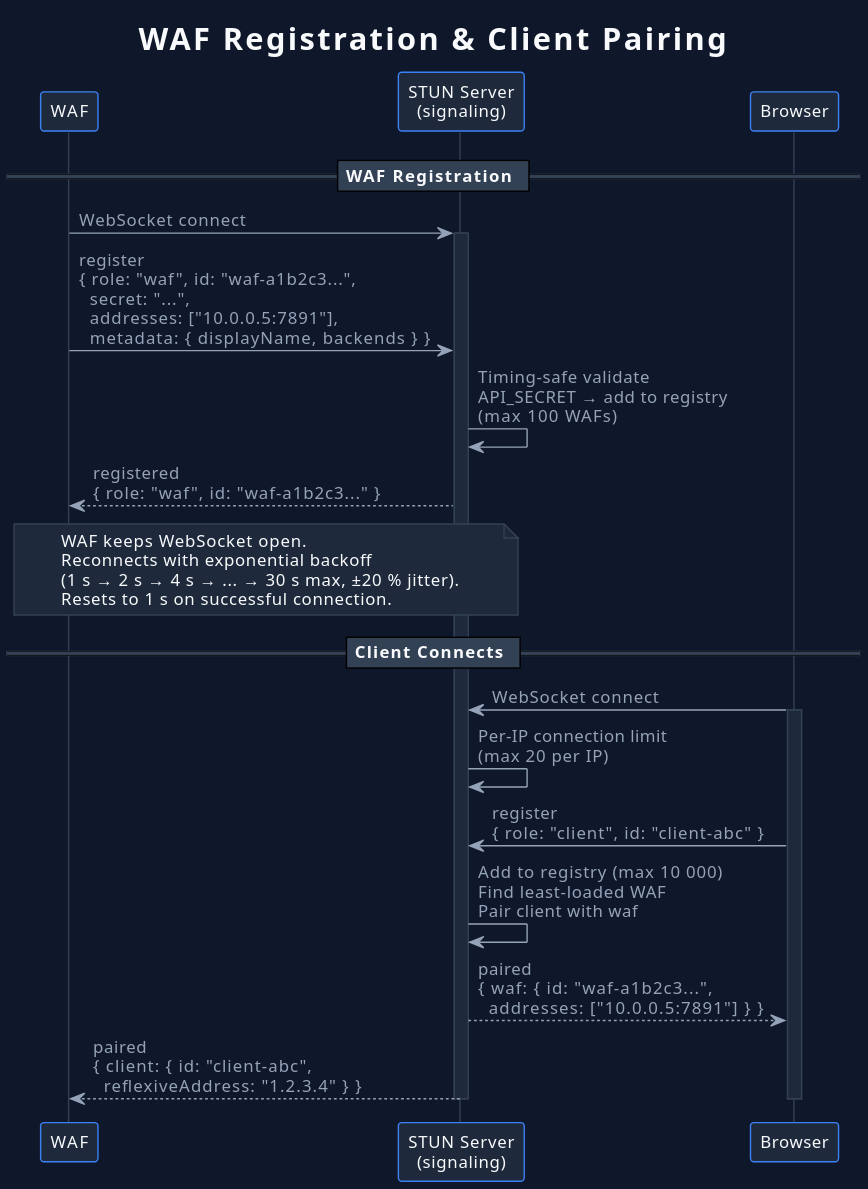
Above: bridges/punchd-bridge/docs/diagrams/gateway-registration.svg in tide-foundation/keylessh-m2 (PlantUML), before the change. The source it was exported from:
```plantuml
@startuml
!theme plain
title WAF Registration & Client Pairing

skinparam {
  backgroundColor #0f172a
  defaultFontColor #f8fafc
  defaultFontName "Segoe UI"
  defaultFontSize 12
  SequenceLifeLineBorderColor #334155
  SequenceLifeLineBackgroundColor #1e293b
  ParticipantBackgroundColor #1e293b
  ParticipantBorderColor #3b82f6
  ParticipantFontColor #f8fafc
  ArrowColor #94a3b8
  ArrowFontColor #94a3b8
  NoteBackgroundColor #1e293b
  NoteBorderColor #334155
  NoteFontColor #f8fafc
  SequenceGroupBackgroundColor #1e293b
  SequenceGroupBorderColor #334155
  SequenceGroupFontColor #f8fafc
  SequenceDividerBackgroundColor #334155
  SequenceDividerFontColor #f8fafc
}

participant "WAF" as waf #1e293b
participant "STUN Server\n(signaling)" as stun #1e293b
participant "Browser" as browser #1e293b

== WAF Registration ==

waf -> stun : WebSocket connect
activate stun

waf -> stun : register\n{ role: "waf", id: "waf-a1b2c3...",\n  secret: "...",\n  addresses: ["10.0.0.5:7891"],\n  metadata: { displayName, backends } }

stun -> stun : Timing-safe validate\nAPI_SECRET → add to registry\n(max 100 WAFs)

stun --> waf : registered\n{ role: "waf", id: "waf-a1b2c3..." }

note over waf, stun
  WAF keeps WebSocket open.
  Reconnects with exponential backoff
  (1 s → 2 s → 4 s → ... → 30 s max, ±20 % jitter).
  Resets to 1 s on successful connection.
end note

== Client Connects ==

browser -> stun : WebSocket connect
activate browser

stun -> stun : Per-IP connection limit\n(max 20 per IP)

browser -> stun : register\n{ role: "client", id: "client-abc" }

stun -> stun : Add to registry (max 10 000)\nFind least-loaded WAF\nPair client with waf

stun --> browser : paired\n{ waf: { id: "waf-a1b2c3...",\n  addresses: ["10.0.0.5:7891"] } }

stun --> waf : paired\n{ client: { id: "client-abc",\n  reflexiveAddress: "1.2.3.4" } }

deactivate stun
deactivate browser
@enduml
```
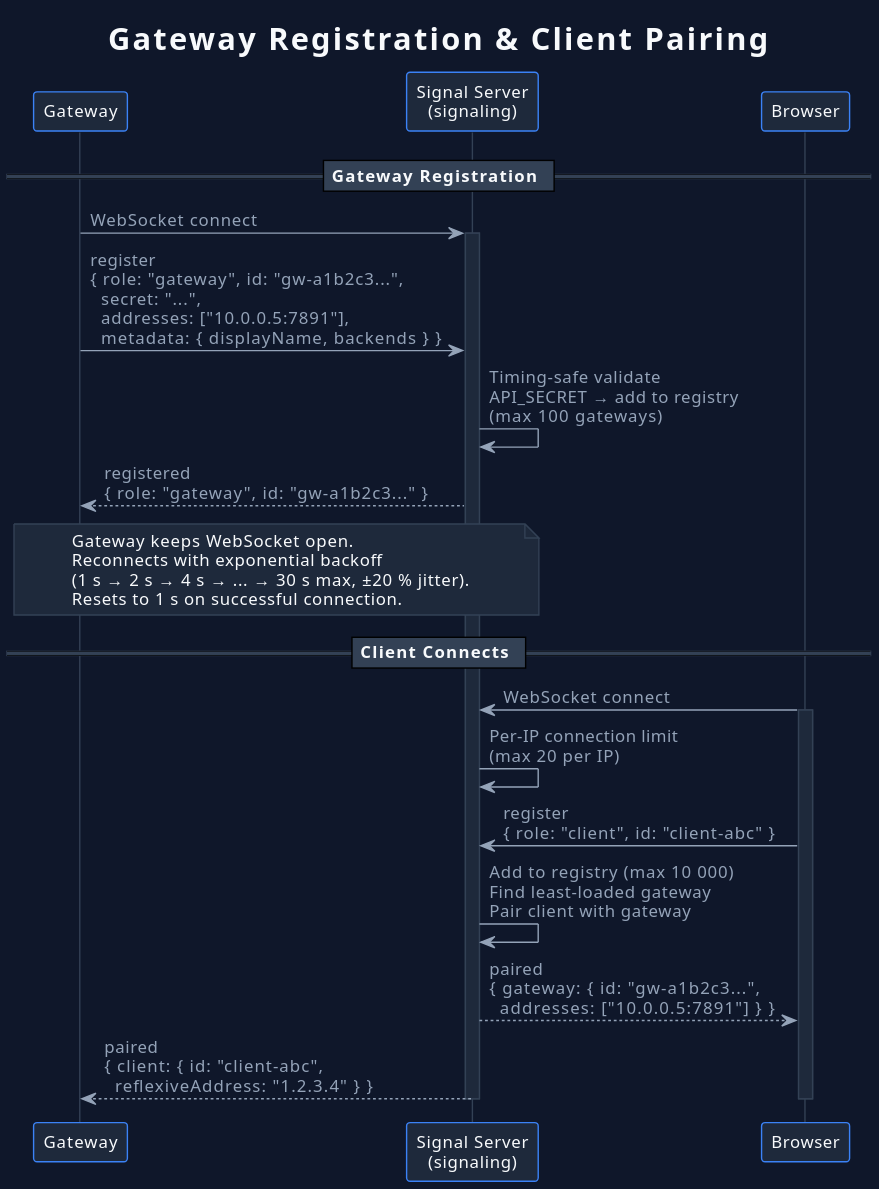
Later version of the same file.

Change to the diagram source:
```diff
@@ -1,6 +1,6 @@
 @startuml
 !theme plain
-title WAF Registration & Client Pairing
+title Gateway Registration & Client Pairing
 
 skinparam {
   backgroundColor #0f172a
@@ -24,23 +24,23 @@
   SequenceDividerFontColor #f8fafc
 }
 
-participant "WAF" as waf #1e293b
-participant "STUN Server\n(signaling)" as stun #1e293b
+participant "Gateway" as gw #1e293b
+participant "Signal Server\n(signaling)" as stun #1e293b
 participant "Browser" as browser #1e293b
 
-== WAF Registration ==
+== Gateway Registration ==
 
-waf -> stun : WebSocket connect
+gw -> stun : WebSocket connect
 activate stun
 
-waf -> stun : register\n{ role: "waf", id: "waf-a1b2c3...",\n  secret: "...",\n  addresses: ["10.0.0.5:7891"],\n  metadata: { displayName, backends } }
+gw -> stun : register\n{ role: "gateway", id: "gw-a1b2c3...",\n  secret: "...",\n  addresses: ["10.0.0.5:7891"],\n  metadata: { displayName, backends } }
 
-stun -> stun : Timing-safe validate\nAPI_SECRET → add to registry\n(max 100 WAFs)
+stun -> stun : Timing-safe validate\nAPI_SECRET → add to registry\n(max 100 gateways)
 
-stun --> waf : registered\n{ role: "waf", id: "waf-a1b2c3..." }
+stun --> gw : registered\n{ role: "gateway", id: "gw-a1b2c3..." }
 
-note over waf, stun
-  WAF keeps WebSocket open.
+note over gw, stun
+  Gateway keeps WebSocket open.
   Reconnects with exponential backoff
   (1 s → 2 s → 4 s → ... → 30 s max, ±20 % jitter).
   Resets to 1 s on successful connection.
@@ -55,11 +55,11 @@
 
 browser -> stun : register\n{ role: "client", id: "client-abc" }
 
-stun -> stun : Add to registry (max 10 000)\nFind least-loaded WAF\nPair client with waf
+stun -> stun : Add to registry (max 10 000)\nFind least-loaded gateway\nPair client with gateway
 
-stun --> browser : paired\n{ waf: { id: "waf-a1b2c3...",\n  addresses: ["10.0.0.5:7891"] } }
+stun --> browser : paired\n{ gateway: { id: "gw-a1b2c3...",\n  addresses: ["10.0.0.5:7891"] } }
 
-stun --> waf : paired\n{ client: { id: "client-abc",\n  reflexiveAddress: "1.2.3.4" } }
+stun --> gw : paired\n{ client: { id: "client-abc",\n  reflexiveAddress: "1.2.3.4" } }
 
 deactivate stun
 deactivate browser
```
